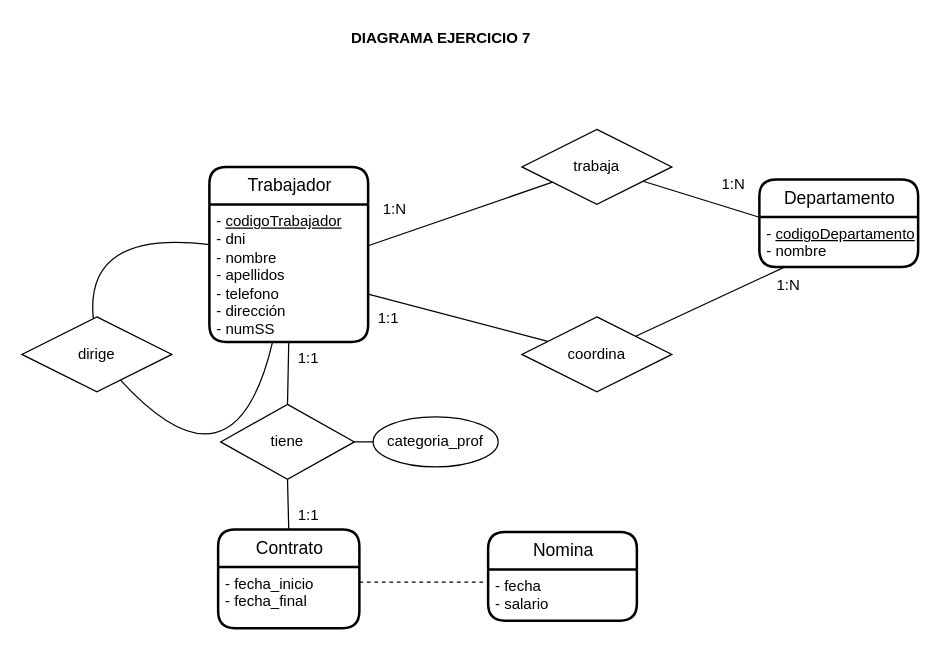
Earlier version of the draw.io diagram ex07.drawio (JuanMarinG/TA12_MYSQL). Source tidied: cells renumbered, new cells numbered last; positions are measured from the earlier drawing's top-left corner, leaving out a move shared by most shapes. Both pictures are drawn from the tidied source at 125%, with x=0, y=0 at pixel (21, 21).
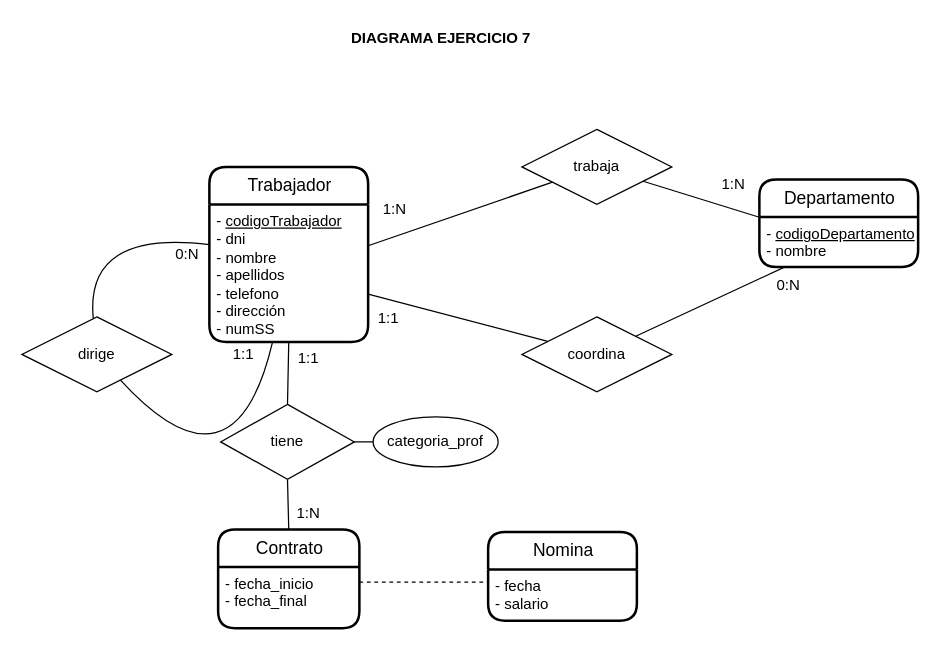
Above is the later version.

Commit message:
Actualizar cardinalidades

Diff of the diagram source:
```diff
@@
-    <mxCell id="28" value="1:N" style="text;html=1;align=center;verticalAlign=middle;strokeColor=none;fillColor=none;" parent="1" vertex="1">
+    <mxCell id="28" value="0:N" style="text;html=1;align=center;verticalAlign=middle;strokeColor=none;fillColor=none;" parent="1" vertex="1">
       <mxGeometry x="594" y="198" width="37" height="26" as="geometry" />
     </mxCell>
@@
-    <mxCell id="30" value="1:1" style="text;html=1;align=center;verticalAlign=middle;strokeColor=none;fillColor=none;" parent="1" vertex="1">
-      <mxGeometry x="211" y="382" width="35" height="26" as="geometry" />
+    <mxCell id="30" value="1:N" style="text;html=1;align=center;verticalAlign=middle;strokeColor=none;fillColor=none;" parent="1" vertex="1">
+      <mxGeometry x="210" y="380" width="37" height="26" as="geometry" />
     </mxCell>
@@
+    <mxCell id="32" value="0:N" style="text;html=1;align=center;verticalAlign=middle;strokeColor=none;fillColor=none;" parent="1" vertex="1">
+      <mxGeometry x="113" y="173" width="37" height="26" as="geometry" />
+    </mxCell>
+    <mxCell id="33" value="1:1" style="text;html=1;align=center;verticalAlign=middle;strokeColor=none;fillColor=none;" parent="1" vertex="1">
+      <mxGeometry x="159" y="253" width="35" height="26" as="geometry" />
+    </mxCell>
```
